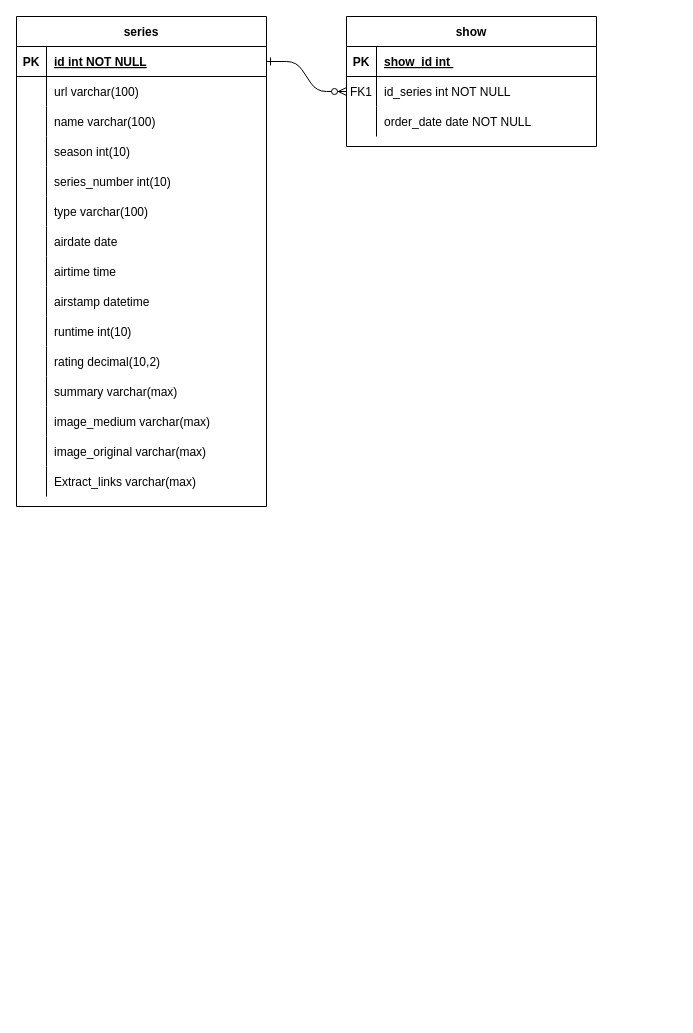
This is model/ModeloDeDatos.drawio from DataDiegoVasquez/Prueba_AnalyticsEngineer, a draw.io file, before an edit. Source tidied: cells renumbered, new cells numbered last; positions are measured from the earlier drawing's top-left corner, leaving out a move shared by most shapes. Both pictures are drawn from the tidied source at 100%, with x=0, y=0 at pixel (16, 16).
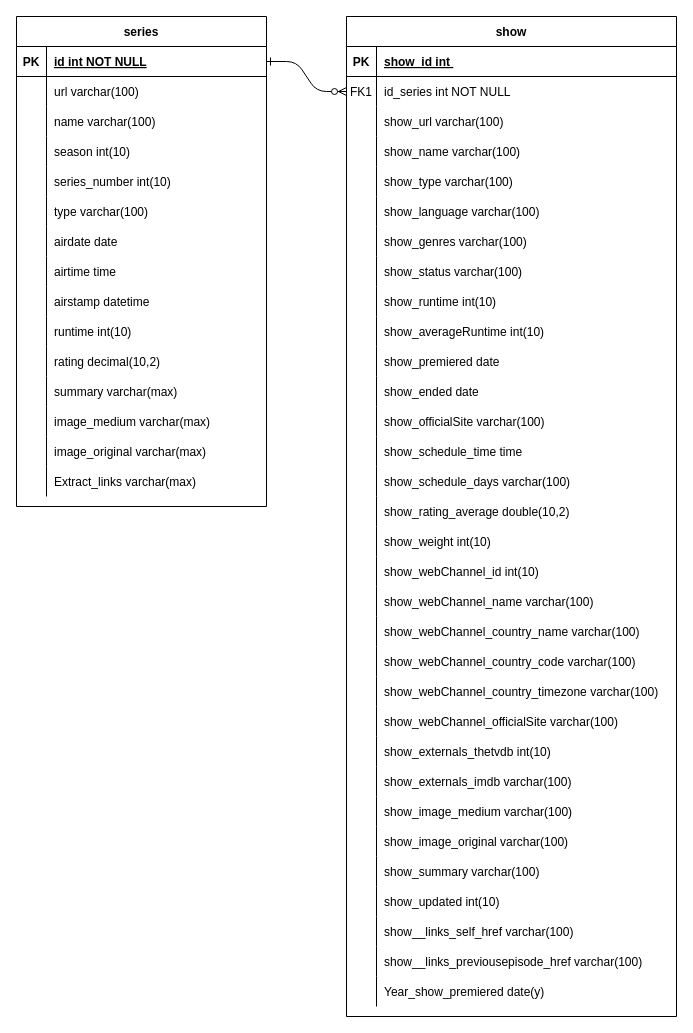
The same page after the edit.

Change to the diagram source:
```diff
@@
     <mxCell id="3" value="show" style="shape=table;startSize=30;childLayout=tableLayout;rowLines=0;fontStyle=1;align=center;" parent="1" vertex="1">
-      <mxGeometry x="330" width="250" height="130" as="geometry" />
+      <mxGeometry x="330" width="330" height="1000" as="geometry" />
     </mxCell>
     <mxCell id="4" style="shape=partialRectangle;fillColor=none;top=0;left=0;right=0;bottom=1;" parent="3" vertex="1">
-      <mxGeometry y="30" width="250" height="30" as="geometry" />
+      <mxGeometry y="30" width="330" height="30" as="geometry" />
     </mxCell>
@@
     <mxCell id="6" value="show_id int  " style="shape=partialRectangle;overflow=hidden;fillColor=none;top=0;left=0;bottom=0;right=0;align=left;spacingLeft=6;fontStyle=5;" parent="4" vertex="1">
-      <mxGeometry x="30" width="220" height="30" as="geometry" />
+      <mxGeometry x="30" width="300" height="30" as="geometry" />
     </mxCell>
     <mxCell id="7" style="shape=partialRectangle;fillColor=none;points=[[0,0.5],[1,0.5]];portConstraint=eastwest;top=0;left=0;right=0;bottom=0;" parent="3" vertex="1">
-      <mxGeometry y="60" width="250" height="30" as="geometry" />
+      <mxGeometry y="60" width="330" height="30" as="geometry" />
     </mxCell>
@@
     <mxCell id="9" value="id_series int NOT NULL" style="shape=partialRectangle;overflow=hidden;fillColor=none;top=0;left=0;bottom=0;right=0;align=left;spacingLeft=6;" parent="7" vertex="1">
-      <mxGeometry x="30" width="220" height="30" as="geometry" />
+      <mxGeometry x="30" width="300" height="30" as="geometry" />
     </mxCell>
     <mxCell id="10" style="shape=partialRectangle;fillColor=none;top=0;left=0;right=0;bottom=0;" parent="3" vertex="1">
-      <mxGeometry y="90" width="250" height="30" as="geometry" />
+      <mxGeometry y="90" width="330" height="30" as="geometry" />
     </mxCell>
@@
-    <mxCell id="12" value="order_date date NOT NULL" style="shape=partialRectangle;overflow=hidden;fillColor=none;top=0;left=0;bottom=0;right=0;align=left;spacingLeft=6;" parent="10" vertex="1">
-      <mxGeometry x="30" width="220" height="30" as="geometry" />
+    <mxCell id="12" value="show_url varchar(100) " style="shape=partialRectangle;overflow=hidden;fillColor=none;top=0;left=0;bottom=0;right=0;align=left;spacingLeft=6;" parent="10" vertex="1">
+      <mxGeometry x="30" width="300" height="30" as="geometry" />
     </mxCell>
+    <mxCell id="59" style="shape=partialRectangle;fillColor=none;top=0;left=0;right=0;bottom=0;" parent="3" vertex="1">
+      <mxGeometry y="120" width="330" height="30" as="geometry" />
+    </mxCell>
+    <mxCell id="60" style="shape=partialRectangle;overflow=hidden;fillColor=none;top=0;left=0;bottom=0;right=0;" parent="59" vertex="1">
+      <mxGeometry width="30" height="30" as="geometry" />
+    </mxCell>
+    <mxCell id="61" value="show_name varchar(100) " style="shape=partialRectangle;overflow=hidden;fillColor=none;top=0;left=0;bottom=0;right=0;align=left;spacingLeft=6;" parent="59" vertex="1">
+      <mxGeometry x="30" width="300" height="30" as="geometry" />
+    </mxCell>
+    <mxCell id="62" style="shape=partialRectangle;fillColor=none;top=0;left=0;right=0;bottom=0;" parent="3" vertex="1">
+      <mxGeometry y="150" width="330" height="30" as="geometry" />
+    </mxCell>
+    <mxCell id="63" style="shape=partialRectangle;overflow=hidden;fillColor=none;top=0;left=0;bottom=0;right=0;" parent="62" vertex="1">
+      <mxGeometry width="30" height="30" as="geometry" />
+    </mxCell>
+    <mxCell id="64" value="show_type varchar(100) " style="shape=partialRectangle;overflow=hidden;fillColor=none;top=0;left=0;bottom=0;right=0;align=left;spacingLeft=6;" parent="62" vertex="1">
+      <mxGeometry x="30" width="300" height="30" as="geometry" />
+    </mxCell>
+    <mxCell id="65" style="shape=partialRectangle;fillColor=none;top=0;left=0;right=0;bottom=0;" parent="3" vertex="1">
+      <mxGeometry y="180" width="330" height="30" as="geometry" />
+    </mxCell>
+    <mxCell id="66" style="shape=partialRectangle;overflow=hidden;fillColor=none;top=0;left=0;bottom=0;right=0;" parent="65" vertex="1">
+      <mxGeometry width="30" height="30" as="geometry" />
+    </mxCell>
+    <mxCell id="67" value="show_language varchar(100) " style="shape=partialRectangle;overflow=hidden;fillColor=none;top=0;left=0;bottom=0;right=0;align=left;spacingLeft=6;" parent="65" vertex="1">
+      <mxGeometry x="30" width="300" height="30" as="geometry" />
+    </mxCell>
+    <mxCell id="68" style="shape=partialRectangle;fillColor=none;top=0;left=0;right=0;bottom=0;" parent="3" vertex="1">
+      <mxGeometry y="210" width="330" height="30" as="geometry" />
+    </mxCell>
+    <mxCell id="69" style="shape=partialRectangle;overflow=hidden;fillColor=none;top=0;left=0;bottom=0;right=0;" parent="68" vertex="1">
+      <mxGeometry width="30" height="30" as="geometry" />
+    </mxCell>
+    <mxCell id="70" value="show_genres varchar(100) " style="shape=partialRectangle;overflow=hidden;fillColor=none;top=0;left=0;bottom=0;right=0;align=left;spacingLeft=6;" parent="68" vertex="1">
+      <mxGeometry x="30" width="300" height="30" as="geometry" />
+    </mxCell>
+    <mxCell id="71" style="shape=partialRectangle;fillColor=none;top=0;left=0;right=0;bottom=0;" parent="3" vertex="1">
+      <mxGeometry y="240" width="330" height="30" as="geometry" />
+    </mxCell>
+    <mxCell id="72" style="shape=partialRectangle;overflow=hidden;fillColor=none;top=0;left=0;bottom=0;right=0;" parent="71" vertex="1">
+      <mxGeometry width="30" height="30" as="geometry" />
+    </mxCell>
+    <mxCell id="73" value="show_status varchar(100) " style="shape=partialRectangle;overflow=hidden;fillColor=none;top=0;left=0;bottom=0;right=0;align=left;spacingLeft=6;" parent="71" vertex="1">
+      <mxGeometry x="30" width="300" height="30" as="geometry" />
+    </mxCell>
+    <mxCell id="74" style="shape=partialRectangle;fillColor=none;top=0;left=0;right=0;bottom=0;" parent="3" vertex="1">
+      <mxGeometry y="270" width="330" height="30" as="geometry" />
+    </mxCell>
+    <mxCell id="75" style="shape=partialRectangle;overflow=hidden;fillColor=none;top=0;left=0;bottom=0;right=0;" parent="74" vertex="1">
+      <mxGeometry width="30" height="30" as="geometry" />
+    </mxCell>
+    <mxCell id="76" value="show_runtime int(10) " style="shape=partialRectangle;overflow=hidden;fillColor=none;top=0;left=0;bottom=0;right=0;align=left;spacingLeft=6;" parent="74" vertex="1">
+      <mxGeometry x="30" width="300" height="30" as="geometry" />
+    </mxCell>
+    <mxCell id="77" style="shape=partialRectangle;fillColor=none;top=0;left=0;right=0;bottom=0;" parent="3" vertex="1">
+      <mxGeometry y="300" width="330" height="30" as="geometry" />
+    </mxCell>
+    <mxCell id="78" style="shape=partialRectangle;overflow=hidden;fillColor=none;top=0;left=0;bottom=0;right=0;" parent="77" vertex="1">
+      <mxGeometry width="30" height="30" as="geometry" />
+    </mxCell>
+    <mxCell id="79" value="show_averageRuntime int(10) " style="shape=partialRectangle;overflow=hidden;fillColor=none;top=0;left=0;bottom=0;right=0;align=left;spacingLeft=6;" parent="77" vertex="1">
+      <mxGeometry x="30" width="300" height="30" as="geometry" />
+    </mxCell>
+    <mxCell id="80" style="shape=partialRectangle;fillColor=none;top=0;left=0;right=0;bottom=0;" parent="3" vertex="1">
+      <mxGeometry y="330" width="330" height="30" as="geometry" />
+    </mxCell>
+    <mxCell id="81" value="    " style="shape=partialRectangle;overflow=hidden;fillColor=none;top=0;left=0;bottom=0;right=0;" parent="80" vertex="1">
+      <mxGeometry width="30" height="30" as="geometry" />
+    </mxCell>
+    <mxCell id="82" value="show_premiered date " style="shape=partialRectangle;overflow=hidden;fillColor=none;top=0;left=0;bottom=0;right=0;align=left;spacingLeft=6;" parent="80" vertex="1">
+      <mxGeometry x="30" width="300" height="30" as="geometry" />
+    </mxCell>
+    <mxCell id="83" style="shape=partialRectangle;fillColor=none;top=0;left=0;right=0;bottom=0;" parent="3" vertex="1">
+      <mxGeometry y="360" width="330" height="30" as="geometry" />
+    </mxCell>
+    <mxCell id="84" value="    " style="shape=partialRectangle;overflow=hidden;fillColor=none;top=0;left=0;bottom=0;right=0;" parent="83" vertex="1">
+      <mxGeometry width="30" height="30" as="geometry" />
+    </mxCell>
+    <mxCell id="85" value="show_ended date " style="shape=partialRectangle;overflow=hidden;fillColor=none;top=0;left=0;bottom=0;right=0;align=left;spacingLeft=6;" parent="83" vertex="1">
+      <mxGeometry x="30" width="300" height="30" as="geometry" />
+    </mxCell>
+    <mxCell id="86" style="shape=partialRectangle;fillColor=none;top=0;left=0;right=0;bottom=0;" parent="3" vertex="1">
+      <mxGeometry y="390" width="330" height="30" as="geometry" />
+    </mxCell>
+    <mxCell id="87" style="shape=partialRectangle;overflow=hidden;fillColor=none;top=0;left=0;bottom=0;right=0;" parent="86" vertex="1">
+      <mxGeometry width="30" height="30" as="geometry" />
+    </mxCell>
+    <mxCell id="88" value="show_officialSite varchar(100) " style="shape=partialRectangle;overflow=hidden;fillColor=none;top=0;left=0;bottom=0;right=0;align=left;spacingLeft=6;" parent="86" vertex="1">
+      <mxGeometry x="30" width="300" height="30" as="geometry" />
+    </mxCell>
+    <mxCell id="89" style="shape=partialRectangle;fillColor=none;top=0;left=0;right=0;bottom=0;" parent="3" vertex="1">
+      <mxGeometry y="420" width="330" height="30" as="geometry" />
+    </mxCell>
+    <mxCell id="90" value="    " style="shape=partialRectangle;overflow=hidden;fillColor=none;top=0;left=0;bottom=0;right=0;" parent="89" vertex="1">
+      <mxGeometry width="30" height="30" as="geometry" />
+    </mxCell>
+    <mxCell id="91" value="show_schedule_time time" style="shape=partialRectangle;overflow=hidden;fillColor=none;top=0;left=0;bottom=0;right=0;align=left;spacingLeft=6;" parent="89" vertex="1">
+      <mxGeometry x="30" width="300" height="30" as="geometry" />
+    </mxCell>
+    <mxCell id="92" style="shape=partialRectangle;fillColor=none;top=0;left=0;right=0;bottom=0;" parent="3" vertex="1">
+      <mxGeometry y="450" width="330" height="30" as="geometry" />
+    </mxCell>
+    <mxCell id="93" style="shape=partialRectangle;overflow=hidden;fillColor=none;top=0;left=0;bottom=0;right=0;" parent="92" vertex="1">
+      <mxGeometry width="30" height="30" as="geometry" />
+    </mxCell>
+    <mxCell id="94" value="show_schedule_days varchar(100) " style="shape=partialRectangle;overflow=hidden;fillColor=none;top=0;left=0;bottom=0;right=0;align=left;spacingLeft=6;" parent="92" vertex="1">
+      <mxGeometry x="30" width="300" height="30" as="geometry" />
+    </mxCell>
+    <mxCell id="95" style="shape=partialRectangle;fillColor=none;top=0;left=0;right=0;bottom=0;" parent="3" vertex="1">
+      <mxGeometry y="480" width="330" height="30" as="geometry" />
+    </mxCell>
+    <mxCell id="96" style="shape=partialRectangle;overflow=hidden;fillColor=none;top=0;left=0;bottom=0;right=0;" parent="95" vertex="1">
+      <mxGeometry width="30" height="30" as="geometry" />
+    </mxCell>
+    <mxCell id="97" value="show_rating_average double(10,2) " style="shape=partialRectangle;overflow=hidden;fillColor=none;top=0;left=0;bottom=0;right=0;align=left;spacingLeft=6;" parent="95" vertex="1">
+      <mxGeometry x="30" width="300" height="30" as="geometry" />
+    </mxCell>
+    <mxCell id="98" style="shape=partialRectangle;fillColor=none;top=0;left=0;right=0;bottom=0;" parent="3" vertex="1">
+      <mxGeometry y="510" width="330" height="30" as="geometry" />
+    </mxCell>
+    <mxCell id="99" style="shape=partialRectangle;overflow=hidden;fillColor=none;top=0;left=0;bottom=0;right=0;" parent="98" vertex="1">
+      <mxGeometry width="30" height="30" as="geometry" />
+    </mxCell>
+    <mxCell id="100" value="show_weight int(10) " style="shape=partialRectangle;overflow=hidden;fillColor=none;top=0;left=0;bottom=0;right=0;align=left;spacingLeft=6;" parent="98" vertex="1">
+      <mxGeometry x="30" width="300" height="30" as="geometry" />
+    </mxCell>
+    <mxCell id="101" style="shape=partialRectangle;fillColor=none;top=0;left=0;right=0;bottom=0;" parent="3" vertex="1">
+      <mxGeometry y="540" width="330" height="30" as="geometry" />
+    </mxCell>
+    <mxCell id="102" style="shape=partialRectangle;overflow=hidden;fillColor=none;top=0;left=0;bottom=0;right=0;" parent="101" vertex="1">
+      <mxGeometry width="30" height="30" as="geometry" />
+    </mxCell>
+    <mxCell id="103" value="show_webChannel_id int(10) " style="shape=partialRectangle;overflow=hidden;fillColor=none;top=0;left=0;bottom=0;right=0;align=left;spacingLeft=6;" parent="101" vertex="1">
+      <mxGeometry x="30" width="300" height="30" as="geometry" />
+    </mxCell>
+    <mxCell id="104" style="shape=partialRectangle;fillColor=none;top=0;left=0;right=0;bottom=0;" parent="3" vertex="1">
+      <mxGeometry y="570" width="330" height="30" as="geometry" />
+    </mxCell>
+    <mxCell id="105" style="shape=partialRectangle;overflow=hidden;fillColor=none;top=0;left=0;bottom=0;right=0;" parent="104" vertex="1">
+      <mxGeometry width="30" height="30" as="geometry" />
+    </mxCell>
+    <mxCell id="106" value="show_webChannel_name varchar(100) " style="shape=partialRectangle;overflow=hidden;fillColor=none;top=0;left=0;bottom=0;right=0;align=left;spacingLeft=6;" parent="104" vertex="1">
+      <mxGeometry x="30" width="300" height="30" as="geometry" />
+    </mxCell>
+    <mxCell id="107" style="shape=partialRectangle;fillColor=none;top=0;left=0;right=0;bottom=0;" parent="3" vertex="1">
+      <mxGeometry y="600" width="330" height="30" as="geometry" />
+    </mxCell>
+    <mxCell id="108" style="shape=partialRectangle;overflow=hidden;fillColor=none;top=0;left=0;bottom=0;right=0;" parent="107" vertex="1">
+      <mxGeometry width="30" height="30" as="geometry" />
+    </mxCell>
+    <mxCell id="109" value="show_webChannel_country_name varchar(100) " style="shape=partialRectangle;overflow=hidden;fillColor=none;top=0;left=0;bottom=0;right=0;align=left;spacingLeft=6;" parent="107" vertex="1">
+      <mxGeometry x="30" width="300" height="30" as="geometry" />
+    </mxCell>
+    <mxCell id="110" style="shape=partialRectangle;fillColor=none;top=0;left=0;right=0;bottom=0;" parent="3" vertex="1">
+      <mxGeometry y="630" width="330" height="30" as="geometry" />
+    </mxCell>
+    <mxCell id="111" style="shape=partialRectangle;overflow=hidden;fillColor=none;top=0;left=0;bottom=0;right=0;" parent="110" vertex="1">
+      <mxGeometry width="30" height="30" as="geometry" />
+    </mxCell>
+    <mxCell id="112" value="show_webChannel_country_code varchar(100) " style="shape=partialRectangle;overflow=hidden;fillColor=none;top=0;left=0;bottom=0;right=0;align=left;spacingLeft=6;" parent="110" vertex="1">
+      <mxGeometry x="30" width="300" height="30" as="geometry" />
+    </mxCell>
+    <mxCell id="113" style="shape=partialRectangle;fillColor=none;top=0;left=0;right=0;bottom=0;" parent="3" vertex="1">
+      <mxGeometry y="660" width="330" height="30" as="geometry" />
+    </mxCell>
+    <mxCell id="114" style="shape=partialRectangle;overflow=hidden;fillColor=none;top=0;left=0;bottom=0;right=0;" parent="113" vertex="1">
+      <mxGeometry width="30" height="30" as="geometry" />
+    </mxCell>
+    <mxCell id="115" value="show_webChannel_country_timezone varchar(100) " style="shape=partialRectangle;overflow=hidden;fillColor=none;top=0;left=0;bottom=0;right=0;align=left;spacingLeft=6;" parent="113" vertex="1">
+      <mxGeometry x="30" width="300" height="30" as="geometry" />
+    </mxCell>
+    <mxCell id="116" style="shape=partialRectangle;fillColor=none;top=0;left=0;right=0;bottom=0;" parent="3" vertex="1">
+      <mxGeometry y="690" width="330" height="30" as="geometry" />
+    </mxCell>
+    <mxCell id="117" style="shape=partialRectangle;overflow=hidden;fillColor=none;top=0;left=0;bottom=0;right=0;" parent="116" vertex="1">
+      <mxGeometry width="30" height="30" as="geometry" />
+    </mxCell>
+    <mxCell id="118" value="show_webChannel_officialSite varchar(100) " style="shape=partialRectangle;overflow=hidden;fillColor=none;top=0;left=0;bottom=0;right=0;align=left;spacingLeft=6;" parent="116" vertex="1">
+      <mxGeometry x="30" width="300" height="30" as="geometry" />
+    </mxCell>
+    <mxCell id="119" style="shape=partialRectangle;fillColor=none;top=0;left=0;right=0;bottom=0;" parent="3" vertex="1">
+      <mxGeometry y="720" width="330" height="30" as="geometry" />
+    </mxCell>
+    <mxCell id="120" style="shape=partialRectangle;overflow=hidden;fillColor=none;top=0;left=0;bottom=0;right=0;" parent="119" vertex="1">
+      <mxGeometry width="30" height="30" as="geometry" />
+    </mxCell>
+    <mxCell id="121" value="show_externals_thetvdb int(10) " style="shape=partialRectangle;overflow=hidden;fillColor=none;top=0;left=0;bottom=0;right=0;align=left;spacingLeft=6;" parent="119" vertex="1">
+      <mxGeometry x="30" width="300" height="30" as="geometry" />
+    </mxCell>
+    <mxCell id="122" style="shape=partialRectangle;fillColor=none;top=0;left=0;right=0;bottom=0;" parent="3" vertex="1">
+      <mxGeometry y="750" width="330" height="30" as="geometry" />
+    </mxCell>
+    <mxCell id="123" style="shape=partialRectangle;overflow=hidden;fillColor=none;top=0;left=0;bottom=0;right=0;" parent="122" vertex="1">
+      <mxGeometry width="30" height="30" as="geometry" />
+    </mxCell>
+    <mxCell id="124" value="show_externals_imdb varchar(100) " style="shape=partialRectangle;overflow=hidden;fillColor=none;top=0;left=0;bottom=0;right=0;align=left;spacingLeft=6;" parent="122" vertex="1">
+      <mxGeometry x="30" width="300" height="30" as="geometry" />
+    </mxCell>
+    <mxCell id="125" style="shape=partialRectangle;fillColor=none;top=0;left=0;right=0;bottom=0;" parent="3" vertex="1">
+      <mxGeometry y="780" width="330" height="30" as="geometry" />
+    </mxCell>
+    <mxCell id="126" style="shape=partialRectangle;overflow=hidden;fillColor=none;top=0;left=0;bottom=0;right=0;" parent="125" vertex="1">
+      <mxGeometry width="30" height="30" as="geometry" />
+    </mxCell>
+    <mxCell id="127" value="show_image_medium varchar(100) " style="shape=partialRectangle;overflow=hidden;fillColor=none;top=0;left=0;bottom=0;right=0;align=left;spacingLeft=6;" parent="125" vertex="1">
+      <mxGeometry x="30" width="300" height="30" as="geometry" />
+    </mxCell>
+    <mxCell id="128" style="shape=partialRectangle;fillColor=none;top=0;left=0;right=0;bottom=0;" parent="3" vertex="1">
+      <mxGeometry y="810" width="330" height="30" as="geometry" />
+    </mxCell>
+    <mxCell id="129" style="shape=partialRectangle;overflow=hidden;fillColor=none;top=0;left=0;bottom=0;right=0;" parent="128" vertex="1">
+      <mxGeometry width="30" height="30" as="geometry" />
+    </mxCell>
+    <mxCell id="130" value="show_image_original varchar(100) " style="shape=partialRectangle;overflow=hidden;fillColor=none;top=0;left=0;bottom=0;right=0;align=left;spacingLeft=6;" parent="128" vertex="1">
+      <mxGeometry x="30" width="300" height="30" as="geometry" />
+    </mxCell>
+    <mxCell id="131" style="shape=partialRectangle;fillColor=none;top=0;left=0;right=0;bottom=0;" parent="3" vertex="1">
+      <mxGeometry y="840" width="330" height="30" as="geometry" />
+    </mxCell>
+    <mxCell id="132" style="shape=partialRectangle;overflow=hidden;fillColor=none;top=0;left=0;bottom=0;right=0;" parent="131" vertex="1">
+      <mxGeometry width="30" height="30" as="geometry" />
+    </mxCell>
+    <mxCell id="133" value="show_summary varchar(100) " style="shape=partialRectangle;overflow=hidden;fillColor=none;top=0;left=0;bottom=0;right=0;align=left;spacingLeft=6;" parent="131" vertex="1">
+      <mxGeometry x="30" width="300" height="30" as="geometry" />
+    </mxCell>
+    <mxCell id="134" style="shape=partialRectangle;fillColor=none;top=0;left=0;right=0;bottom=0;" parent="3" vertex="1">
+      <mxGeometry y="870" width="330" height="30" as="geometry" />
+    </mxCell>
+    <mxCell id="135" style="shape=partialRectangle;overflow=hidden;fillColor=none;top=0;left=0;bottom=0;right=0;" parent="134" vertex="1">
+      <mxGeometry width="30" height="30" as="geometry" />
+    </mxCell>
+    <mxCell id="136" value="show_updated int(10) " style="shape=partialRectangle;overflow=hidden;fillColor=none;top=0;left=0;bottom=0;right=0;align=left;spacingLeft=6;" parent="134" vertex="1">
+      <mxGeometry x="30" width="300" height="30" as="geometry" />
+    </mxCell>
+    <mxCell id="137" style="shape=partialRectangle;fillColor=none;top=0;left=0;right=0;bottom=0;" parent="3" vertex="1">
+      <mxGeometry y="900" width="330" height="30" as="geometry" />
+    </mxCell>
+    <mxCell id="138" style="shape=partialRectangle;overflow=hidden;fillColor=none;top=0;left=0;bottom=0;right=0;" parent="137" vertex="1">
+      <mxGeometry width="30" height="30" as="geometry" />
+    </mxCell>
+    <mxCell id="139" value="show__links_self_href varchar(100) " style="shape=partialRectangle;overflow=hidden;fillColor=none;top=0;left=0;bottom=0;right=0;align=left;spacingLeft=6;" parent="137" vertex="1">
+      <mxGeometry x="30" width="300" height="30" as="geometry" />
+    </mxCell>
+    <mxCell id="140" style="shape=partialRectangle;fillColor=none;top=0;left=0;right=0;bottom=0;" parent="3" vertex="1">
+      <mxGeometry y="930" width="330" height="30" as="geometry" />
+    </mxCell>
+    <mxCell id="141" style="shape=partialRectangle;overflow=hidden;fillColor=none;top=0;left=0;bottom=0;right=0;" parent="140" vertex="1">
+      <mxGeometry width="30" height="30" as="geometry" />
+    </mxCell>
+    <mxCell id="142" value="show__links_previousepisode_href varchar(100) " style="shape=partialRectangle;overflow=hidden;fillColor=none;top=0;left=0;bottom=0;right=0;align=left;spacingLeft=6;" parent="140" vertex="1">
+      <mxGeometry x="30" width="300" height="30" as="geometry" />
+    </mxCell>
+    <mxCell id="143" style="shape=partialRectangle;fillColor=none;top=0;left=0;right=0;bottom=0;" parent="3" vertex="1">
+      <mxGeometry y="960" width="330" height="30" as="geometry" />
+    </mxCell>
+    <mxCell id="144" value="    " style="shape=partialRectangle;overflow=hidden;fillColor=none;top=0;left=0;bottom=0;right=0;" parent="143" vertex="1">
+      <mxGeometry width="30" height="30" as="geometry" />
+    </mxCell>
+    <mxCell id="145" value="Year_show_premiered date(y) " style="shape=partialRectangle;overflow=hidden;fillColor=none;top=0;left=0;bottom=0;right=0;align=left;spacingLeft=6;" parent="143" vertex="1">
+      <mxGeometry x="30" width="300" height="30" as="geometry" />
+    </mxCell>
```
